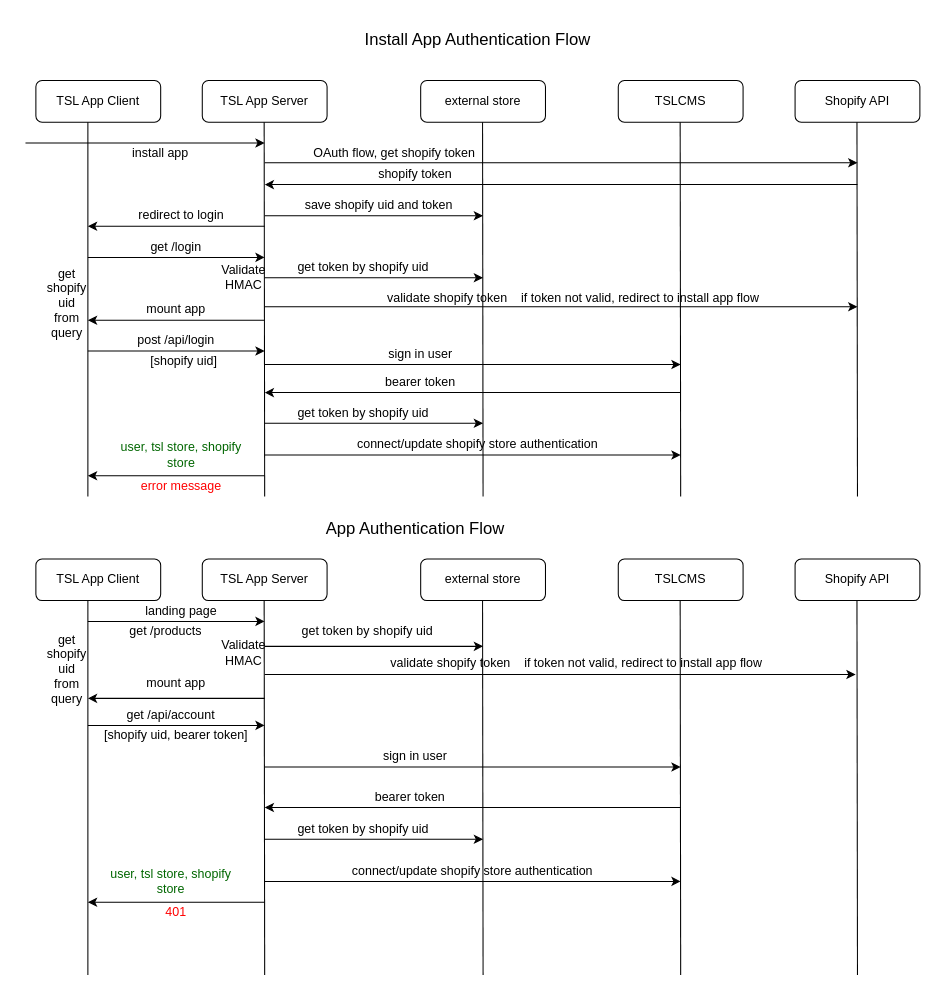
Before: Untitled Diagram.drawio in alexrsunrise/diagrams, a draw.io diagram. Source tidied: cells renumbered, new cells numbered last; positions are measured from the earlier drawing's top-left corner, leaving out a move shared by most shapes. Both pictures are drawn from the tidied source at 104%, with x=0, y=0 at pixel (25, 18).
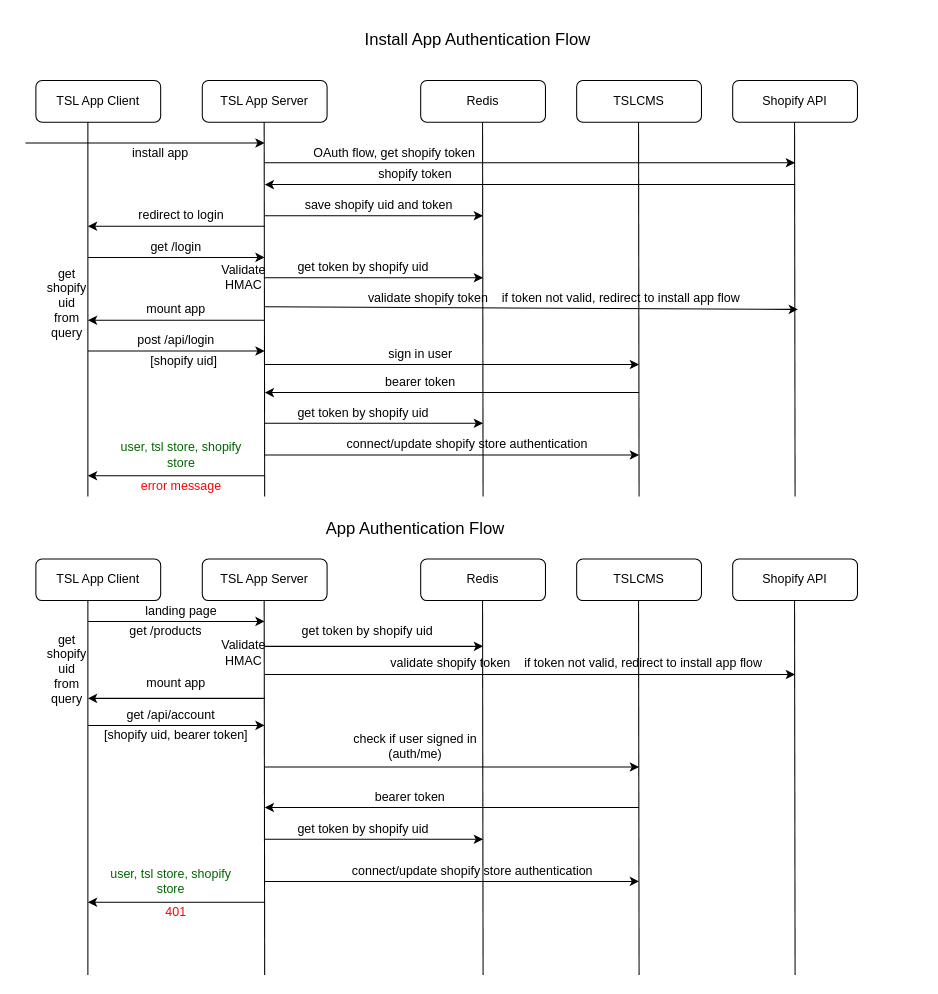
The same page after the edit.

The change refers to these unchanged cells:
```xml
<mxCell id="68" value="validate shopify token&amp;nbsp; &amp;nbsp; if token not valid, redirect to install app flow" style="text;html=1;strokeColor=none;fillColor=none;align=center;verticalAlign=middle;whiteSpace=wrap;rounded=0;" parent="1" vertex="1">
  <mxGeometry x="250" y="610" width="560" height="20" as="geometry" />
</mxCell>
```

The edit, as a diff of the source:
```diff
@@
     <mxCell id="4" value="TSLCMS" style="rounded=1;whiteSpace=wrap;html=1;fontSize=12;glass=0;strokeWidth=1;shadow=0;" parent="1" vertex="1">
-      <mxGeometry x="570" y="60" width="120" height="40" as="geometry" />
+      <mxGeometry x="530" y="60" width="120" height="40" as="geometry" />
     </mxCell>
-    <mxCell id="5" value="external store" style="rounded=1;whiteSpace=wrap;html=1;fontSize=12;glass=0;strokeWidth=1;shadow=0;" parent="1" vertex="1">
+    <mxCell id="5" value="Redis" style="rounded=1;whiteSpace=wrap;html=1;fontSize=12;glass=0;strokeWidth=1;shadow=0;" parent="1" vertex="1">
       <mxGeometry x="380" y="60" width="120" height="40" as="geometry" />
     </mxCell>
@@
     <mxCell id="10" style="endArrow=none;html=1;" parent="1" edge="1">
       <mxGeometry relative="1" as="geometry">
-        <mxPoint x="630" y="460" as="sourcePoint" />
-        <mxPoint x="629.5" y="100" as="targetPoint" />
+        <mxPoint x="590" y="460" as="sourcePoint" />
+        <mxPoint x="589.5" y="100" as="targetPoint" />
       </mxGeometry>
     </mxCell>
     <mxCell id="11" value="Shopify API" style="rounded=1;whiteSpace=wrap;html=1;fontSize=12;glass=0;strokeWidth=1;shadow=0;" parent="1" vertex="1">
-      <mxGeometry x="740" y="60" width="120" height="40" as="geometry" />
+      <mxGeometry x="680" y="60" width="120" height="40" as="geometry" />
     </mxCell>
     <mxCell id="12" style="endArrow=none;html=1;" parent="1" edge="1">
       <mxGeometry relative="1" as="geometry">
-        <mxPoint x="800" y="460" as="sourcePoint" />
-        <mxPoint x="799.5" y="100" as="targetPoint" />
+        <mxPoint x="740" y="460" as="sourcePoint" />
+        <mxPoint x="739.5" y="100" as="targetPoint" />
       </mxGeometry>
     </mxCell>
@@
     <mxCell id="15" style="endArrow=classic;html=1;" parent="1" edge="1">
       <mxGeometry relative="1" as="geometry">
         <mxPoint x="230" y="139" as="sourcePoint" />
-        <mxPoint x="800" y="139" as="targetPoint" />
+        <mxPoint x="740" y="139" as="targetPoint" />
       </mxGeometry>
     </mxCell>
@@
     <mxCell id="17" style="endArrow=classic;html=1;" parent="1" edge="1">
       <mxGeometry relative="1" as="geometry">
-        <mxPoint x="800" y="160" as="sourcePoint" />
+        <mxPoint x="740" y="160" as="sourcePoint" />
         <mxPoint x="230" y="160" as="targetPoint" />
       </mxGeometry>
     </mxCell>
@@
-    <mxCell id="31" style="endArrow=classic;html=1;" parent="1" edge="1">
+    <mxCell id="31" style="endArrow=classic;html=1;entryX=0.948;entryY=1.075;entryDx=0;entryDy=0;entryPerimeter=0;" parent="1" edge="1" target="33">
       <mxGeometry relative="1" as="geometry">
         <mxPoint x="230" y="277.5" as="sourcePoint" />
-        <mxPoint x="800" y="277.5" as="targetPoint" />
       </mxGeometry>
     </mxCell>
@@
     <mxCell id="33" value="validate shopify token&amp;nbsp; &amp;nbsp; if token not valid, redirect to install app flow" style="text;html=1;strokeColor=none;fillColor=none;align=center;verticalAlign=middle;whiteSpace=wrap;rounded=0;" parent="1" vertex="1">
-      <mxGeometry x="247" y="258.5" width="560" height="20" as="geometry" />
+      <mxGeometry x="247" y="258.5" width="523" height="20" as="geometry" />
     </mxCell>
     <mxCell id="34" style="endArrow=classic;html=1;" parent="1" edge="1">
       <mxGeometry relative="1" as="geometry">
-        <mxPoint x="630" y="360" as="sourcePoint" />
+        <mxPoint x="590" y="360" as="sourcePoint" />
         <mxPoint x="230" y="360" as="targetPoint" />
       </mxGeometry>
     </mxCell>
@@
     <mxCell id="36" style="endArrow=classic;html=1;" parent="1" edge="1">
       <mxGeometry relative="1" as="geometry">
         <mxPoint x="230" y="333" as="sourcePoint" />
-        <mxPoint x="630" y="333" as="targetPoint" />
+        <mxPoint x="590" y="333" as="targetPoint" />
       </mxGeometry>
     </mxCell>
@@
-    <mxCell id="38" style="endArrow=classic;html=1;" parent="1" edge="1">
+    <mxCell id="38" style="endArrow=classic;html=1;entryX=1;entryY=1;entryDx=0;entryDy=0;" parent="1" edge="1" target="39">
       <mxGeometry relative="1" as="geometry">
         <mxPoint x="230" y="420" as="sourcePoint" />
-        <mxPoint x="630" y="420" as="targetPoint" />
       </mxGeometry>
     </mxCell>
     <mxCell id="39" value="connect/update shopify store authentication" style="text;html=1;strokeColor=none;fillColor=none;align=center;verticalAlign=middle;whiteSpace=wrap;rounded=0;" parent="1" vertex="1">
-      <mxGeometry x="260" y="400" width="350" height="20" as="geometry" />
+      <mxGeometry x="260" y="400" width="330" height="20" as="geometry" />
     </mxCell>
@@
     <mxCell id="45" value="TSLCMS" style="rounded=1;whiteSpace=wrap;html=1;fontSize=12;glass=0;strokeWidth=1;shadow=0;" parent="1" vertex="1">
-      <mxGeometry x="570" y="520" width="120" height="40" as="geometry" />
+      <mxGeometry x="530" y="520" width="120" height="40" as="geometry" />
     </mxCell>
-    <mxCell id="46" value="external store" style="rounded=1;whiteSpace=wrap;html=1;fontSize=12;glass=0;strokeWidth=1;shadow=0;" parent="1" vertex="1">
+    <mxCell id="46" value="Redis" style="rounded=1;whiteSpace=wrap;html=1;fontSize=12;glass=0;strokeWidth=1;shadow=0;" parent="1" vertex="1">
       <mxGeometry x="380" y="520" width="120" height="40" as="geometry" />
     </mxCell>
@@
     <mxCell id="51" style="endArrow=none;html=1;" parent="1" edge="1">
       <mxGeometry relative="1" as="geometry">
-        <mxPoint x="630" y="920" as="sourcePoint" />
-        <mxPoint x="629.5" y="560" as="targetPoint" />
+        <mxPoint x="590" y="920" as="sourcePoint" />
+        <mxPoint x="589.5" y="560" as="targetPoint" />
       </mxGeometry>
     </mxCell>
     <mxCell id="52" value="Shopify API" style="rounded=1;whiteSpace=wrap;html=1;fontSize=12;glass=0;strokeWidth=1;shadow=0;" parent="1" vertex="1">
-      <mxGeometry x="740" y="520" width="120" height="40" as="geometry" />
+      <mxGeometry x="680" y="520" width="120" height="40" as="geometry" />
     </mxCell>
     <mxCell id="53" style="endArrow=none;html=1;" parent="1" edge="1">
       <mxGeometry relative="1" as="geometry">
-        <mxPoint x="800" y="920" as="sourcePoint" />
-        <mxPoint x="799.5" y="560" as="targetPoint" />
+        <mxPoint x="740" y="920" as="sourcePoint" />
+        <mxPoint x="739.5" y="560" as="targetPoint" />
       </mxGeometry>
     </mxCell>
@@
     <mxCell id="69" style="endArrow=classic;html=1;" parent="1" edge="1">
       <mxGeometry relative="1" as="geometry">
-        <mxPoint x="630" y="759" as="sourcePoint" />
+        <mxPoint x="590" y="759" as="sourcePoint" />
         <mxPoint x="230" y="759" as="targetPoint" />
       </mxGeometry>
     </mxCell>
@@
     <mxCell id="71" style="endArrow=classic;html=1;" parent="1" edge="1">
       <mxGeometry relative="1" as="geometry">
         <mxPoint x="230" y="720" as="sourcePoint" />
-        <mxPoint x="630" y="720" as="targetPoint" />
+        <mxPoint x="590" y="720" as="targetPoint" />
       </mxGeometry>
     </mxCell>
-    <mxCell id="72" value="sign in user" style="text;html=1;strokeColor=none;fillColor=none;align=center;verticalAlign=middle;whiteSpace=wrap;rounded=0;" parent="1" vertex="1">
-      <mxGeometry x="305" y="700" width="140" height="20" as="geometry" />
+    <mxCell id="72" value="check if user signed in (auth/me)" style="text;html=1;strokeColor=none;fillColor=none;align=center;verticalAlign=middle;whiteSpace=wrap;rounded=0;" parent="1" vertex="1">
+      <mxGeometry x="305" y="690" width="140" height="20" as="geometry" />
     </mxCell>
@@
-    <mxCell id="74" style="endArrow=classic;html=1;entryX=0.979;entryY=1.05;entryDx=0;entryDy=0;entryPerimeter=0;" parent="1" edge="1" target="68">
+    <mxCell id="74" style="endArrow=classic;html=1;" parent="1" edge="1">
       <mxGeometry relative="1" as="geometry">
         <mxPoint x="230" y="631" as="sourcePoint" />
+        <mxPoint x="740" y="631" as="targetPoint" />
       </mxGeometry>
     </mxCell>
     <mxCell id="75" style="endArrow=classic;html=1;" parent="1" edge="1">
       <mxGeometry relative="1" as="geometry">
         <mxPoint x="230" y="830" as="sourcePoint" />
-        <mxPoint x="630" y="830" as="targetPoint" />
+        <mxPoint x="590" y="830" as="targetPoint" />
       </mxGeometry>
     </mxCell>
```
